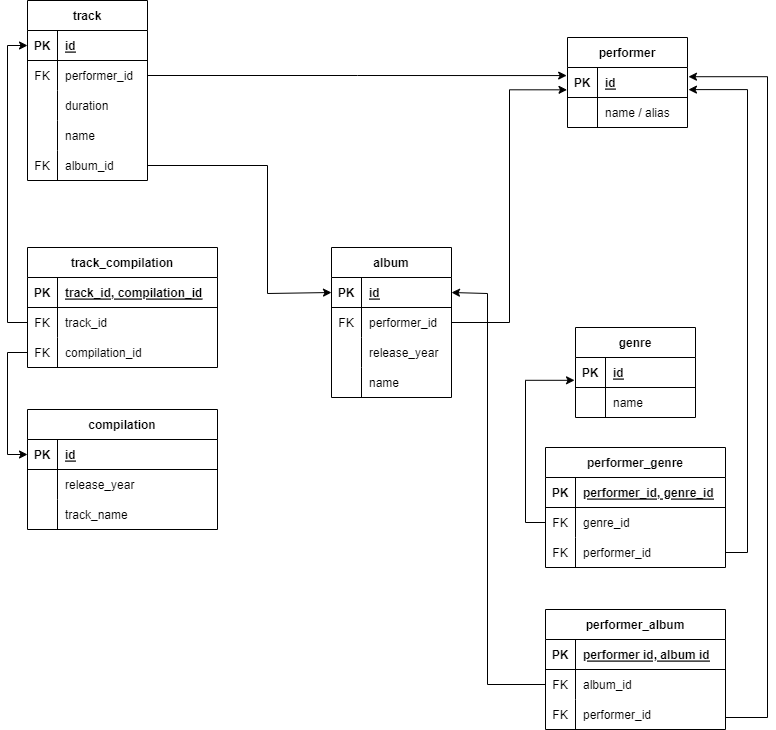
The draw.io diagram Diagram_new.png in femarko/DB_hometasks, before a commit. Source tidied: cells renumbered, new cells last; positions are measured from the earlier drawing's top-left corner, leaving out a move shared by most shapes.
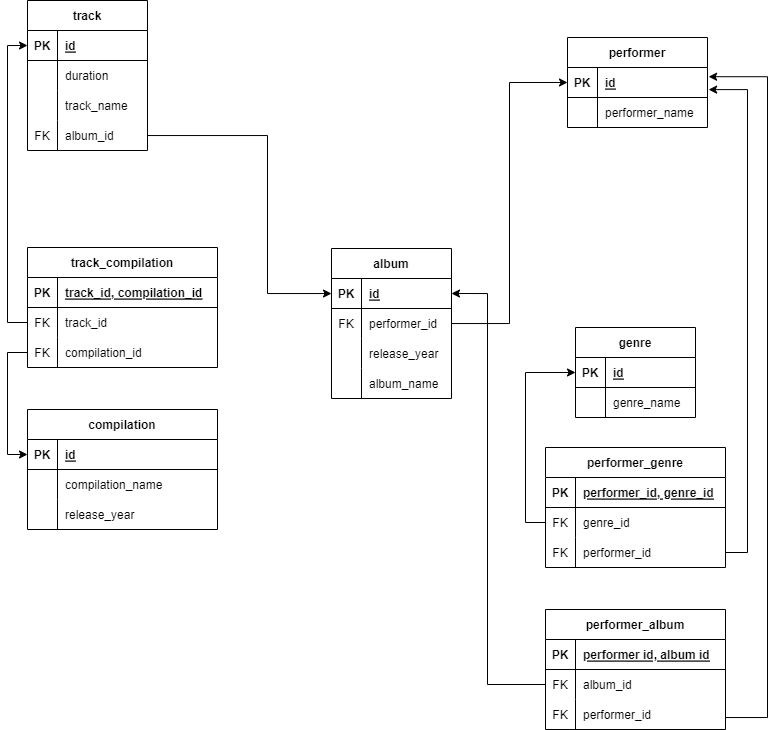
After the change.

Commit message:
Ammendments according to Oleg_s comments

Change to the diagram source:
```diff
@@ -3,28 +3,28 @@
     <mxCell id="0" />
     <mxCell id="1" parent="0" />
     <mxCell id="2" value="performer" style="shape=table;startSize=30;rowLines=0;fontStyle=1;align=center;" parent="1" vertex="1">
-      <mxGeometry x="540" y="37" width="120" height="90" as="geometry" />
+      <mxGeometry x="540" y="37" width="140" height="90" as="geometry" />
     </mxCell>
     <mxCell id="3" style="shape=tableRow;horizontal=0;startSize=0;swimlaneHead=0;swimlaneBody=0;fillColor=none;points=[[0,0.5],[1,0.5]];portConstraint=eastwest;top=0;left=0;right=0;bottom=1;" parent="2" vertex="1">
-      <mxGeometry y="30" width="120" height="30" as="geometry" />
+      <mxGeometry y="30" width="140" height="30" as="geometry" />
     </mxCell>
     <mxCell id="4" value="PK" style="shape=partialRectangle;fillColor=none;top=0;left=0;bottom=0;right=0;fontStyle=1;overflow=hidden;" parent="3" vertex="1">
       <mxGeometry width="30" height="30" as="geometry" />
     </mxCell>
     <mxCell id="5" value="id" style="shape=partialRectangle;fillColor=none;top=0;left=0;bottom=0;right=0;align=left;spacingLeft=6;fontStyle=5;overflow=hidden;" parent="3" vertex="1">
-      <mxGeometry x="30" width="90" height="30" as="geometry" />
+      <mxGeometry x="30" width="110" height="30" as="geometry" />
     </mxCell>
     <mxCell id="6" style="shape=tableRow;horizontal=0;startSize=0;swimlaneHead=0;swimlaneBody=0;fillColor=none;top=0;left=0;right=0;bottom=0;" parent="2" vertex="1">
-      <mxGeometry y="60" width="120" height="30" as="geometry" />
+      <mxGeometry y="60" width="140" height="30" as="geometry" />
     </mxCell>
     <mxCell id="7" style="shape=partialRectangle;fillColor=none;top=0;left=0;bottom=0;right=0;overflow=hidden;" parent="6" vertex="1">
       <mxGeometry width="30" height="30" as="geometry" />
     </mxCell>
-    <mxCell id="8" value="name / alias" style="shape=partialRectangle;fillColor=none;top=0;left=0;bottom=0;right=0;align=left;spacingLeft=6;overflow=hidden;" parent="6" vertex="1">
-      <mxGeometry x="30" width="90" height="30" as="geometry" />
+    <mxCell id="8" value="performer_name" style="shape=partialRectangle;fillColor=none;top=0;left=0;bottom=0;right=0;align=left;spacingLeft=6;overflow=hidden;" parent="6" vertex="1">
+      <mxGeometry x="30" width="110" height="30" as="geometry" />
     </mxCell>
     <mxCell id="9" value="album" style="shape=table;startSize=30;rowLines=0;fontStyle=1;align=center;" parent="1" vertex="1">
-      <mxGeometry x="304" y="247" width="120" height="150" as="geometry" />
+      <mxGeometry x="304" y="248" width="120" height="150" as="geometry" />
     </mxCell>
     <mxCell id="10" style="shape=tableRow;horizontal=0;startSize=0;swimlaneHead=0;swimlaneBody=0;fillColor=none;points=[[0,0.5],[1,0.5]];portConstraint=eastwest;top=0;left=0;right=0;bottom=1;" parent="9" vertex="1">
       <mxGeometry y="30" width="120" height="30" as="geometry" />
@@ -59,11 +59,11 @@
     <mxCell id="20" style="shape=partialRectangle;fillColor=none;top=0;left=0;bottom=0;right=0;overflow=hidden;" parent="19" vertex="1">
       <mxGeometry width="30" height="30" as="geometry" />
     </mxCell>
-    <mxCell id="21" value="name" style="shape=partialRectangle;fillColor=none;top=0;left=0;bottom=0;right=0;align=left;spacingLeft=6;overflow=hidden;" parent="19" vertex="1">
+    <mxCell id="21" value="album_name" style="shape=partialRectangle;fillColor=none;top=0;left=0;bottom=0;right=0;align=left;spacingLeft=6;overflow=hidden;" parent="19" vertex="1">
       <mxGeometry x="30" width="90" height="30" as="geometry" />
     </mxCell>
     <mxCell id="22" value="track" style="shape=table;startSize=30;rowLines=0;fontStyle=1;align=center;" parent="1" vertex="1">
-      <mxGeometry width="120" height="180" as="geometry" />
+      <mxGeometry width="120" height="150" as="geometry" />
     </mxCell>
     <mxCell id="23" style="shape=tableRow;horizontal=0;startSize=0;swimlaneHead=0;swimlaneBody=0;fillColor=none;points=[[0,0.5],[1,0.5]];portConstraint=eastwest;top=0;left=0;right=0;bottom=1;" parent="22" vertex="1">
       <mxGeometry y="30" width="120" height="30" as="geometry" />
@@ -74,17 +74,8 @@
     <mxCell id="25" value="id" style="shape=partialRectangle;fillColor=none;top=0;left=0;bottom=0;right=0;align=left;spacingLeft=6;fontStyle=5;overflow=hidden;" parent="23" vertex="1">
       <mxGeometry x="30" width="90" height="30" as="geometry" />
     </mxCell>
-    <mxCell id="26" style="shape=tableRow;horizontal=0;startSize=0;swimlaneHead=0;swimlaneBody=0;fillColor=none;points=[[0,0.5],[1,0.5]];portConstraint=eastwest;top=0;left=0;right=0;bottom=0;" parent="22" vertex="1">
-      <mxGeometry y="60" width="120" height="30" as="geometry" />
-    </mxCell>
-    <mxCell id="27" value="FK" style="shape=partialRectangle;fillColor=none;top=0;left=0;bottom=0;right=0;overflow=hidden;" parent="26" vertex="1">
-      <mxGeometry width="30" height="30" as="geometry" />
-    </mxCell>
-    <mxCell id="28" value="performer_id" style="shape=partialRectangle;fillColor=none;top=0;left=0;bottom=0;right=0;align=left;spacingLeft=6;overflow=hidden;" parent="26" vertex="1">
-      <mxGeometry x="30" width="90" height="30" as="geometry" />
-    </mxCell>
     <mxCell id="29" style="shape=tableRow;horizontal=0;startSize=0;swimlaneHead=0;swimlaneBody=0;fillColor=none;top=0;left=0;right=0;bottom=0;" parent="22" vertex="1">
-      <mxGeometry y="90" width="120" height="30" as="geometry" />
+      <mxGeometry y="60" width="120" height="30" as="geometry" />
     </mxCell>
     <mxCell id="30" style="shape=partialRectangle;fillColor=none;top=0;left=0;bottom=0;right=0;overflow=hidden;" parent="29" vertex="1">
       <mxGeometry width="30" height="30" as="geometry" />
@@ -93,16 +84,16 @@
       <mxGeometry x="30" width="90" height="30" as="geometry" />
     </mxCell>
     <mxCell id="32" style="shape=tableRow;horizontal=0;startSize=0;swimlaneHead=0;swimlaneBody=0;fillColor=none;top=0;left=0;right=0;bottom=0;" parent="22" vertex="1">
-      <mxGeometry y="120" width="120" height="30" as="geometry" />
+      <mxGeometry y="90" width="120" height="30" as="geometry" />
     </mxCell>
     <mxCell id="33" style="shape=partialRectangle;fillColor=none;top=0;left=0;bottom=0;right=0;overflow=hidden;" parent="32" vertex="1">
       <mxGeometry width="30" height="30" as="geometry" />
     </mxCell>
-    <mxCell id="34" value="name" style="shape=partialRectangle;fillColor=none;top=0;left=0;bottom=0;right=0;align=left;spacingLeft=6;overflow=hidden;" parent="32" vertex="1">
+    <mxCell id="34" value="track_name" style="shape=partialRectangle;fillColor=none;top=0;left=0;bottom=0;right=0;align=left;spacingLeft=6;overflow=hidden;" parent="32" vertex="1">
       <mxGeometry x="30" width="90" height="30" as="geometry" />
     </mxCell>
     <mxCell id="35" style="shape=tableRow;horizontal=0;startSize=0;swimlaneHead=0;swimlaneBody=0;fillColor=none;points=[[0,0.5],[1,0.5]];portConstraint=eastwest;top=0;left=0;right=0;bottom=0;" parent="22" vertex="1">
-      <mxGeometry y="150" width="120" height="30" as="geometry" />
+      <mxGeometry y="120" width="120" height="30" as="geometry" />
     </mxCell>
     <mxCell id="36" value="FK" style="shape=partialRectangle;fillColor=none;top=0;left=0;bottom=0;right=0;overflow=hidden;" parent="35" vertex="1">
       <mxGeometry width="30" height="30" as="geometry" />
@@ -128,7 +119,7 @@
     <mxCell id="43" style="shape=partialRectangle;fillColor=none;top=0;left=0;bottom=0;right=0;overflow=hidden;" parent="42" vertex="1">
       <mxGeometry width="30" height="30" as="geometry" />
     </mxCell>
-    <mxCell id="44" value="name" style="shape=partialRectangle;fillColor=none;top=0;left=0;bottom=0;right=0;align=left;spacingLeft=6;overflow=hidden;" parent="42" vertex="1">
+    <mxCell id="44" value="genre_name" style="shape=partialRectangle;fillColor=none;top=0;left=0;bottom=0;right=0;align=left;spacingLeft=6;overflow=hidden;" parent="42" vertex="1">
       <mxGeometry x="30" width="90" height="30" as="geometry" />
     </mxCell>
     <mxCell id="45" value="performer_genre" style="shape=table;startSize=30;rowLines=0;fontStyle=1;align=center;" parent="1" vertex="1">
@@ -207,12 +198,6 @@
         </Array>
       </mxGeometry>
     </mxCell>
-    <mxCell id="67" style="edgeStyle=orthogonalEdgeStyle;rounded=0;jettySize=auto;html=1;entryX=-0.008;entryY=0.76;entryDx=0;entryDy=0;entryPerimeter=0;" parent="1" edge="1" source="49" target="39">
-      <mxGeometry relative="1" as="geometry" />
-    </mxCell>
-    <mxCell id="68" style="edgeStyle=orthogonalEdgeStyle;rounded=0;jettySize=auto;html=1;entryX=-0.007;entryY=0.269;entryDx=0;entryDy=0;entryPerimeter=0;" parent="1" edge="1" source="26" target="3">
-      <mxGeometry relative="1" as="geometry" />
-    </mxCell>
     <mxCell id="69" value="compilation" style="shape=table;startSize=30;rowLines=0;fontStyle=1;align=center;" parent="1" vertex="1">
       <mxGeometry y="409" width="190" height="120" as="geometry" />
     </mxCell>
@@ -231,7 +216,7 @@
     <mxCell id="74" style="shape=partialRectangle;fillColor=none;top=0;left=0;bottom=0;right=0;overflow=hidden;" parent="73" vertex="1">
       <mxGeometry width="30" height="30" as="geometry" />
     </mxCell>
-    <mxCell id="75" value="release_year" style="shape=partialRectangle;fillColor=none;top=0;left=0;bottom=0;right=0;align=left;spacingLeft=6;overflow=hidden;" parent="73" vertex="1">
+    <mxCell id="75" value="compilation_name" style="shape=partialRectangle;fillColor=none;top=0;left=0;bottom=0;right=0;align=left;spacingLeft=6;overflow=hidden;" parent="73" vertex="1">
       <mxGeometry x="30" width="160" height="30" as="geometry" />
     </mxCell>
     <mxCell id="76" style="shape=tableRow;horizontal=0;startSize=0;swimlaneHead=0;swimlaneBody=0;fillColor=none;top=0;left=0;right=0;bottom=0;" parent="69" vertex="1">
@@ -240,9 +225,9 @@
     <mxCell id="77" style="shape=partialRectangle;fillColor=none;top=0;left=0;bottom=0;right=0;overflow=hidden;" parent="76" vertex="1">
       <mxGeometry width="30" height="30" as="geometry" />
     </mxCell>
-    <mxCell id="78" value="track_name" style="shape=partialRectangle;fillColor=none;top=0;left=0;bottom=0;right=0;align=left;spacingLeft=6;overflow=hidden;" parent="76" vertex="1">
-      <mxGeometry x="30" width="160" height="30" as="geometry" />
-    </mxCell>
+    <mxCell id="94" value="release_year" style="shape=partialRectangle;fillColor=none;top=0;left=0;bottom=0;right=0;align=left;spacingLeft=6;overflow=hidden;" parent="76" vertex="1">
+      <mxGeometry x="30" width="160" height="30" as="geometry" />
+    </mxCell>
     <mxCell id="79" value="track_compilation" style="shape=table;startSize=30;rowLines=0;fontStyle=1;align=center;" parent="1" vertex="1">
       <mxGeometry y="247" width="190" height="120" as="geometry" />
     </mxCell>
@@ -276,27 +261,30 @@
     <mxCell id="89" style="edgeStyle=orthogonalEdgeStyle;rounded=0;jettySize=auto;html=1;entryX=0;entryY=0.5;entryDx=0;entryDy=0;" parent="1" edge="1" source="83" target="23">
       <mxGeometry relative="1" as="geometry" />
     </mxCell>
+    <mxCell id="91" style="edgeStyle=orthogonalEdgeStyle;rounded=0;jettySize=auto;html=1;entryX=1;entryY=0.5;entryDx=0;entryDy=0;" parent="1" edge="1" source="60" target="10">
+      <mxGeometry relative="1" as="geometry">
+        <Array as="points">
+          <mxPoint x="460" y="684" />
+          <mxPoint x="460" y="293" />
+        </Array>
+      </mxGeometry>
+    </mxCell>
+    <mxCell id="93" style="edgeStyle=orthogonalEdgeStyle;rounded=0;jettySize=auto;html=1;entryX=0;entryY=0.5;entryDx=0;entryDy=0;" parent="1" edge="1" source="86" target="70">
+      <mxGeometry relative="1" as="geometry" />
+    </mxCell>
+    <mxCell id="92" style="edgeStyle=orthogonalEdgeStyle;rounded=0;jettySize=auto;html=1;" parent="1" edge="1" source="35" target="10">
+      <mxGeometry relative="1" as="geometry">
+        <Array as="points">
+          <mxPoint x="240" y="135" />
+          <mxPoint x="240" y="293" />
+        </Array>
+      </mxGeometry>
+    </mxCell>
-    <mxCell id="90" style="edgeStyle=orthogonalEdgeStyle;rounded=0;jettySize=auto;html=1;entryX=-0.004;entryY=0.744;entryDx=0;entryDy=0;entryPerimeter=0;" parent="1" edge="1" source="13" target="3">
+    <mxCell id="90" style="edgeStyle=orthogonalEdgeStyle;rounded=0;jettySize=auto;html=1;" parent="1" edge="1" source="13" target="3">
       <mxGeometry relative="1" as="geometry" />
     </mxCell>
-    <mxCell id="91" style="edgeStyle=orthogonalEdgeStyle;rounded=0;jettySize=auto;html=1;entryX=1;entryY=0.5;entryDx=0;entryDy=0;" parent="1" edge="1" source="60" target="10">
-      <mxGeometry relative="1" as="geometry">
-        <Array as="points">
-          <mxPoint x="460" y="684" />
-          <mxPoint x="460" y="293" />
-        </Array>
-      </mxGeometry>
-    </mxCell>
-    <mxCell id="92" style="edgeStyle=orthogonalEdgeStyle;rounded=0;jettySize=auto;html=1;entryX=0;entryY=0.5;entryDx=0;entryDy=0;" parent="1" edge="1" source="35" target="10">
-      <mxGeometry relative="1" as="geometry">
-        <Array as="points">
-          <mxPoint x="240" y="165" />
-          <mxPoint x="240" y="293" />
-        </Array>
-      </mxGeometry>
-    </mxCell>
-    <mxCell id="93" style="edgeStyle=orthogonalEdgeStyle;rounded=0;jettySize=auto;html=1;entryX=0;entryY=0.5;entryDx=0;entryDy=0;" parent="1" edge="1" source="86" target="70">
-      <mxGeometry relative="1" as="geometry" />
-    </mxCell>
+    <mxCell id="67" style="edgeStyle=orthogonalEdgeStyle;rounded=0;jettySize=auto;html=1;entryX=0;entryY=0.5;entryDx=0;entryDy=0;" parent="1" edge="1" source="49" target="39">
+      <mxGeometry relative="1" as="geometry" />
+    </mxCell>
   </root>
 </mxGraphModel>
```
